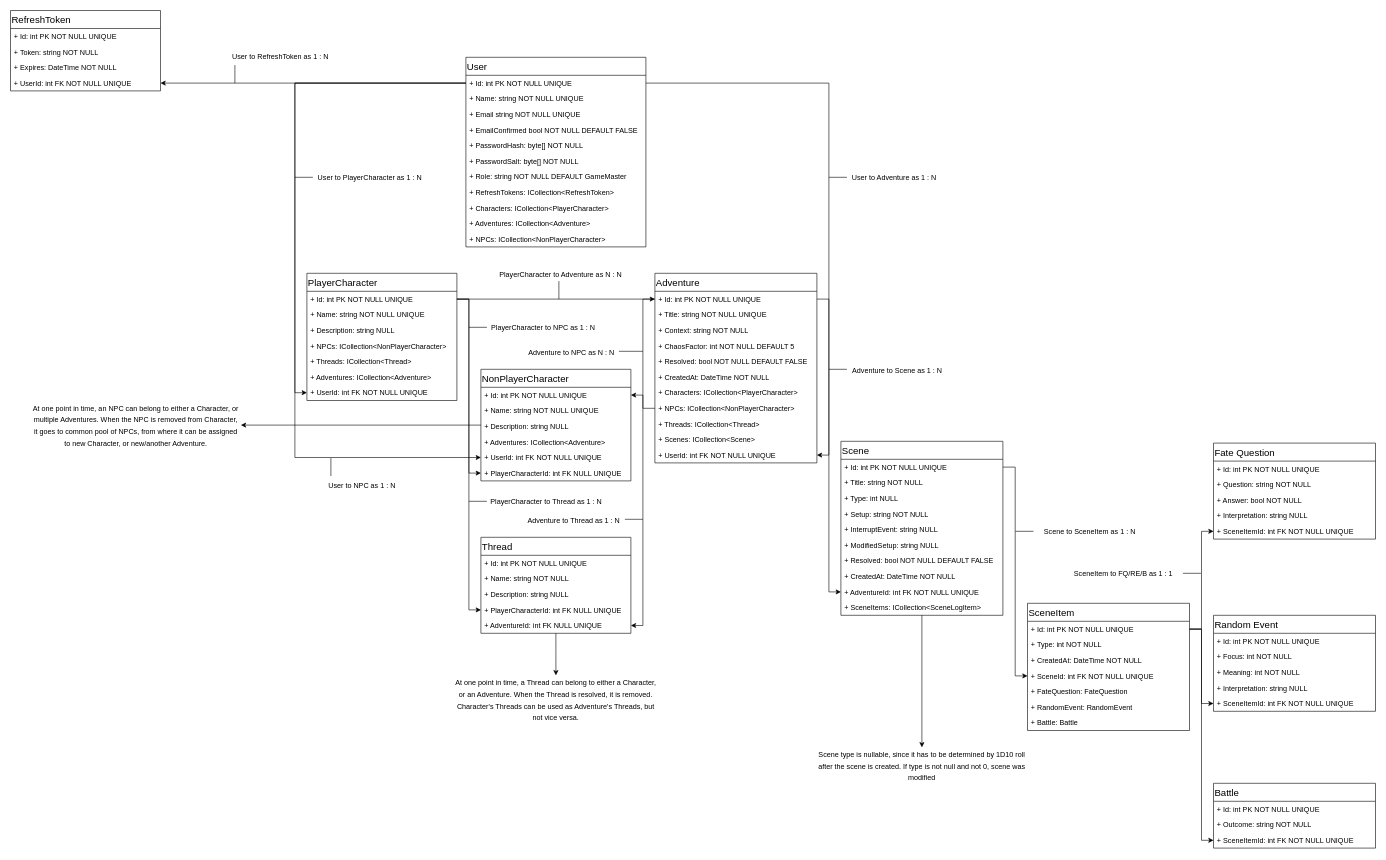
This is page "Data Structure" (3 of 3) of App Flow and Data Structure.drawio from StanisKo/MGME, a draw.io file, before an edit. Source tidied: cells renumbered, new cells numbered last; positions are measured from the earlier drawing's top-left corner, leaving out a move shared by most shapes. Both pictures are drawn from the tidied source at 60%, with x=0, y=0 at pixel (10, 10).
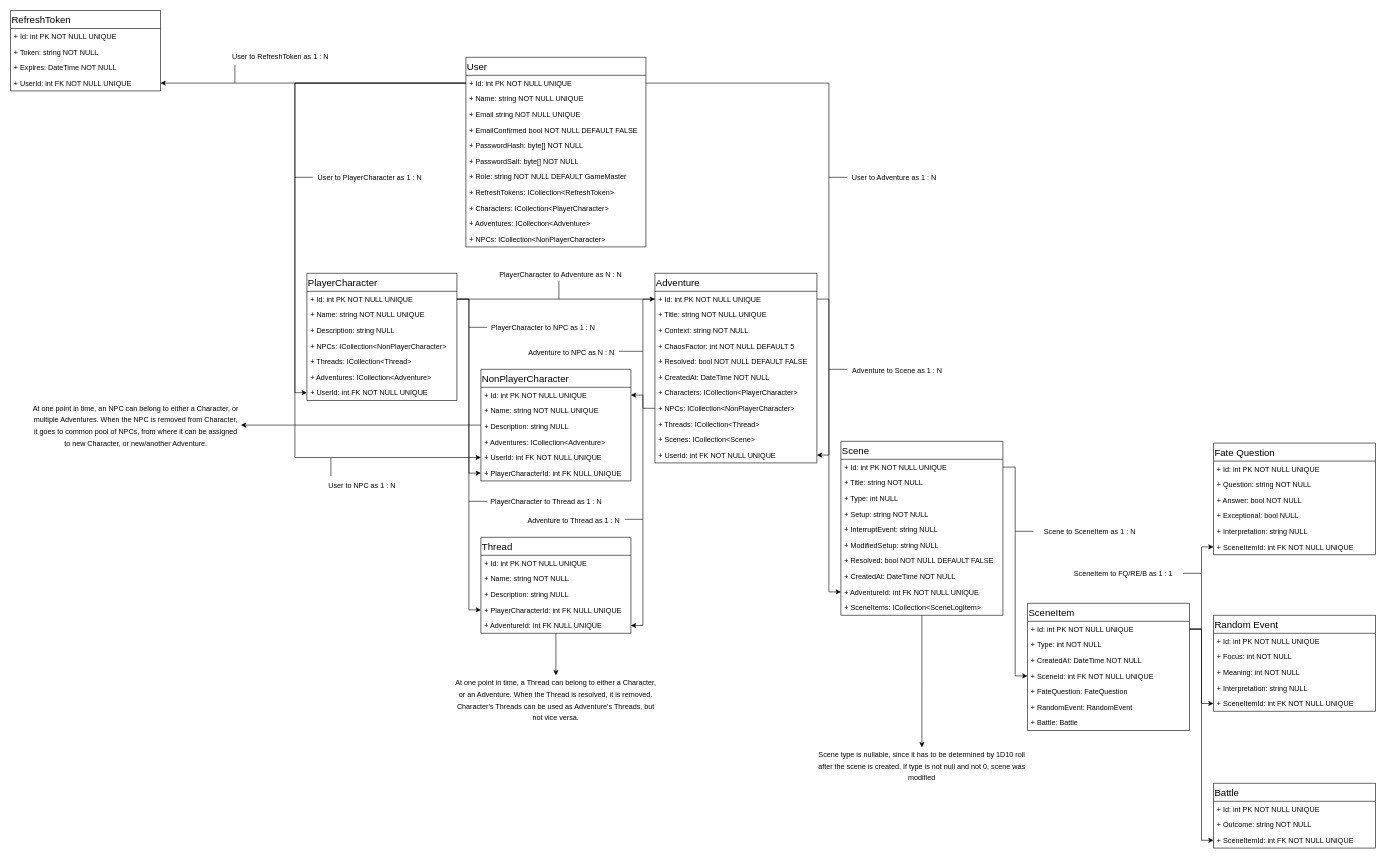
After the change.

Commit message (it also covers changes not shown here):
add exceptional bool field to fate question model as discovered during building flow

Change to the diagram source:
```diff
@@
     <mxCell id="74" value="Fate Question" style="swimlane;fontStyle=0;align=left;verticalAlign=top;horizontal=1;startSize=30;rounded=0;strokeColor=#000000;strokeWidth=1;fillColor=none;fontSize=16;fontColor=#000000;" parent="1" vertex="1">
-      <mxGeometry x="2005" y="721" width="270" height="160" as="geometry" />
+      <mxGeometry x="2005" y="721" width="270" height="186" as="geometry" />
     </mxCell>
@@
+    <mxCell id="131" value="+ Exceptional: bool NULL" style="text;strokeColor=none;fillColor=none;align=left;verticalAlign=top;spacingLeft=4;spacingRight=4;overflow=hidden;" parent="74" vertex="1">
+      <mxGeometry y="108" width="270" height="26" as="geometry" />
+    </mxCell>
     <mxCell id="78" value="+ Interpretation: string NULL" style="text;strokeColor=none;fillColor=none;align=left;verticalAlign=top;spacingLeft=4;spacingRight=4;overflow=hidden;" parent="74" vertex="1">
-      <mxGeometry y="108" width="270" height="26" as="geometry" />
+      <mxGeometry y="134" width="270" height="26" as="geometry" />
     </mxCell>
     <mxCell id="79" value="+ SceneItemId: int FK NOT NULL UNIQUE" style="text;strokeColor=none;fillColor=none;align=left;verticalAlign=top;spacingLeft=4;spacingRight=4;overflow=hidden;points=[[0,0.5],[1,0.5]];portConstraint=eastwest;" parent="74" vertex="1">
-      <mxGeometry y="134" width="270" height="26" as="geometry" />
+      <mxGeometry y="160" width="270" height="26" as="geometry" />
     </mxCell>
```
